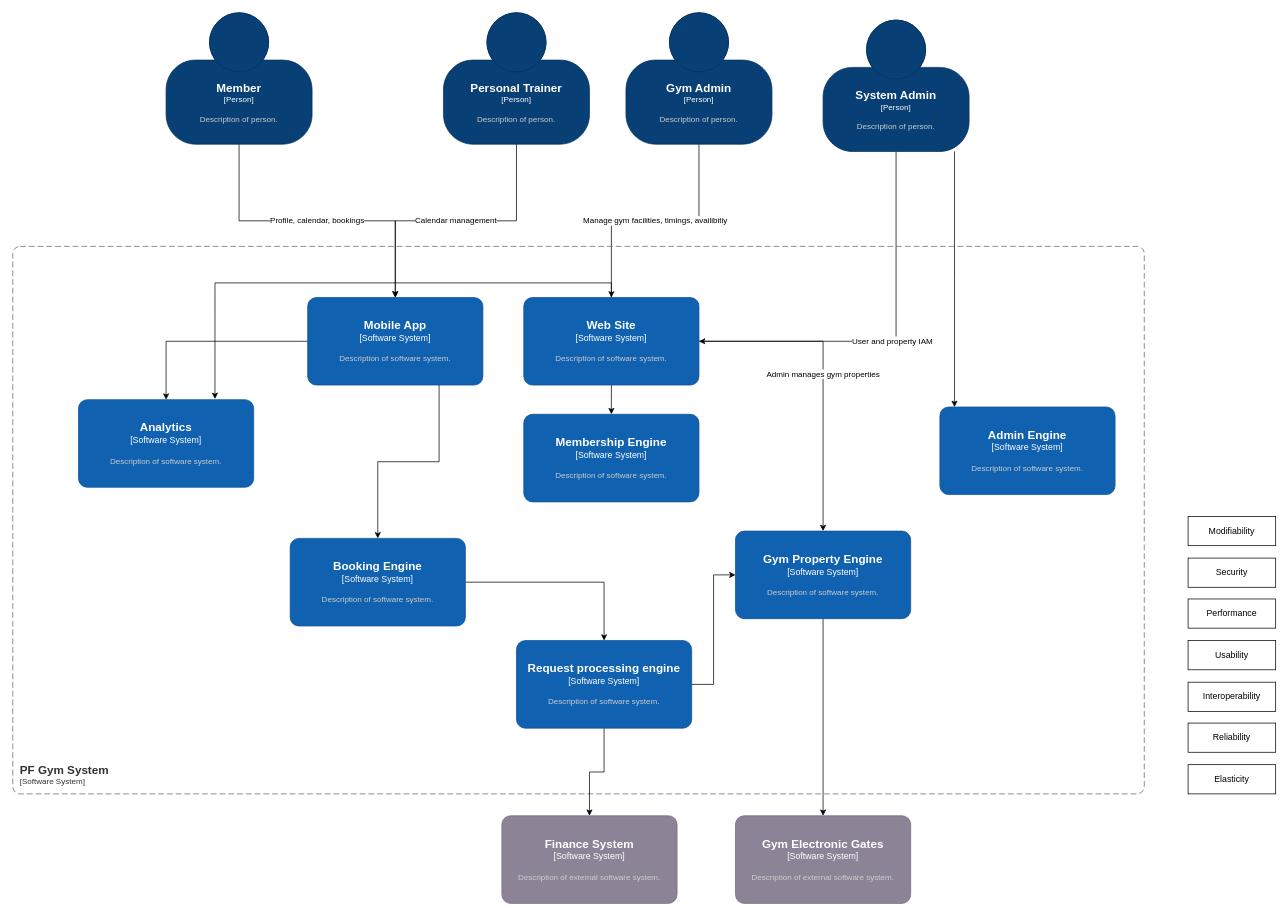
imransaeed/concept-diagrams keeps this draw.io diagram as page "Containers" (2 of 2) of gym-2.drawio. Above is the earlier version. Source tidied: cells renumbered, new cells numbered last; positions are measured from the earlier drawing's top-left corner, leaving out a move shared by most shapes. Both pictures are drawn from the tidied source at 73%, with x=0, y=0 at pixel (12, 12).
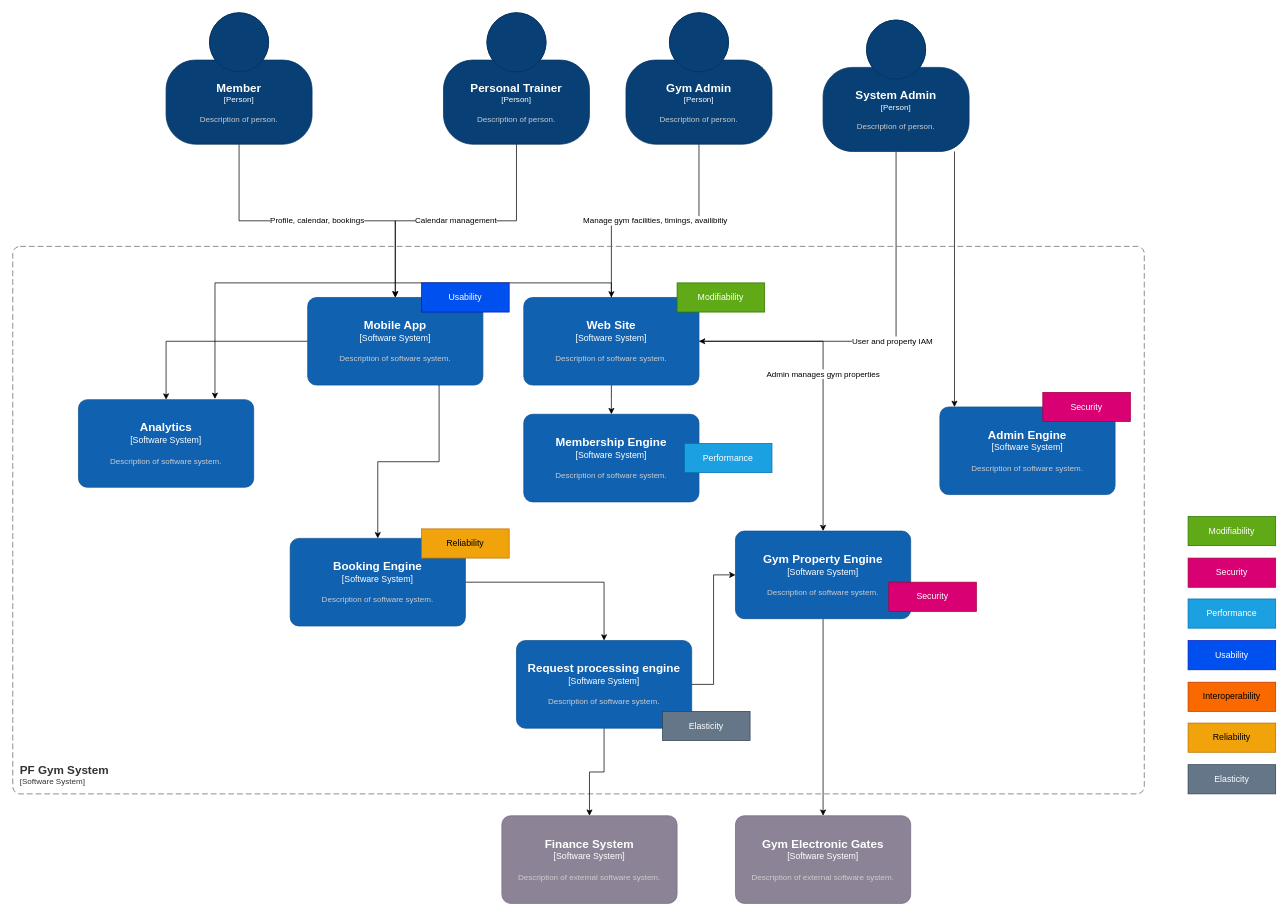
The same page after the edit.

Change to the diagram source:
```diff
@@
-    <mxCell id="31" value="Modifiability" style="rounded=0;whiteSpace=wrap;html=1;" parent="1" vertex="1">
+    <mxCell id="31" value="Modifiability" style="rounded=0;whiteSpace=wrap;html=1;fillColor=#60a917;fontColor=#ffffff;strokeColor=#2D7600;" parent="1" vertex="1">
       <mxGeometry x="1610" y="690" width="120" height="40" as="geometry" />
     </mxCell>
-    <mxCell id="32" value="Security" style="rounded=0;whiteSpace=wrap;html=1;" parent="1" vertex="1">
+    <mxCell id="32" value="Security" style="rounded=0;whiteSpace=wrap;html=1;fillColor=#d80073;fontColor=#ffffff;strokeColor=#A50040;" parent="1" vertex="1">
       <mxGeometry x="1610" y="747" width="120" height="40" as="geometry" />
     </mxCell>
-    <mxCell id="33" value="Performance" style="rounded=0;whiteSpace=wrap;html=1;" parent="1" vertex="1">
+    <mxCell id="33" value="Performance" style="rounded=0;whiteSpace=wrap;html=1;fillColor=#1ba1e2;fontColor=#ffffff;strokeColor=#006EAF;" parent="1" vertex="1">
       <mxGeometry x="1610" y="803" width="120" height="40" as="geometry" />
     </mxCell>
-    <mxCell id="34" value="Usability" style="rounded=0;whiteSpace=wrap;html=1;" parent="1" vertex="1">
+    <mxCell id="34" value="Usability" style="rounded=0;whiteSpace=wrap;html=1;fillColor=#0050ef;fontColor=#ffffff;strokeColor=#001DBC;" parent="1" vertex="1">
       <mxGeometry x="1610" y="860" width="120" height="40" as="geometry" />
     </mxCell>
-    <mxCell id="35" value="Interoperability" style="rounded=0;whiteSpace=wrap;html=1;" parent="1" vertex="1">
+    <mxCell id="35" value="Interoperability" style="rounded=0;whiteSpace=wrap;html=1;fillColor=#fa6800;fontColor=#000000;strokeColor=#C73500;" parent="1" vertex="1">
       <mxGeometry x="1610" y="917" width="120" height="40" as="geometry" />
     </mxCell>
-    <mxCell id="36" value="Reliability" style="rounded=0;whiteSpace=wrap;html=1;" parent="1" vertex="1">
+    <mxCell id="36" value="Reliability" style="rounded=0;whiteSpace=wrap;html=1;fillColor=#f0a30a;fontColor=#000000;strokeColor=#BD7000;" parent="1" vertex="1">
       <mxGeometry x="1610" y="973" width="120" height="40" as="geometry" />
     </mxCell>
-    <mxCell id="37" value="Elasticity" style="rounded=0;whiteSpace=wrap;html=1;" parent="1" vertex="1">
+    <mxCell id="37" value="Elasticity" style="rounded=0;whiteSpace=wrap;html=1;fillColor=#647687;fontColor=#ffffff;strokeColor=#314354;" parent="1" vertex="1">
       <mxGeometry x="1610" y="1030" width="120" height="40" as="geometry" />
     </mxCell>
+    <mxCell id="38" value="Modifiability" style="rounded=0;whiteSpace=wrap;html=1;fillColor=#60a917;fontColor=#ffffff;strokeColor=#2D7600;" parent="1" vertex="1">
+      <mxGeometry x="910" y="370" width="120" height="40" as="geometry" />
+    </mxCell>
+    <mxCell id="39" value="Usability" style="rounded=0;whiteSpace=wrap;html=1;fillColor=#0050ef;fontColor=#ffffff;strokeColor=#001DBC;" parent="1" vertex="1">
+      <mxGeometry x="560" y="370" width="120" height="40" as="geometry" />
+    </mxCell>
+    <mxCell id="40" value="Performance" style="rounded=0;whiteSpace=wrap;html=1;fillColor=#1ba1e2;fontColor=#ffffff;strokeColor=#006EAF;" parent="1" vertex="1">
+      <mxGeometry x="920" y="590" width="120" height="40" as="geometry" />
+    </mxCell>
+    <mxCell id="41" value="Reliability" style="rounded=0;whiteSpace=wrap;html=1;fillColor=#f0a30a;fontColor=#000000;strokeColor=#BD7000;" parent="1" vertex="1">
+      <mxGeometry x="560" y="707" width="120" height="40" as="geometry" />
+    </mxCell>
+    <mxCell id="42" value="Security" style="rounded=0;whiteSpace=wrap;html=1;fillColor=#d80073;fontColor=#ffffff;strokeColor=#A50040;" parent="1" vertex="1">
+      <mxGeometry x="1200" y="780" width="120" height="40" as="geometry" />
+    </mxCell>
+    <mxCell id="43" value="Security" style="rounded=0;whiteSpace=wrap;html=1;fillColor=#d80073;fontColor=#ffffff;strokeColor=#A50040;" parent="1" vertex="1">
+      <mxGeometry x="1411" y="520" width="120" height="40" as="geometry" />
+    </mxCell>
+    <mxCell id="44" value="Elasticity" style="rounded=0;whiteSpace=wrap;html=1;fillColor=#647687;fontColor=#ffffff;strokeColor=#314354;" parent="1" vertex="1">
+      <mxGeometry x="890" y="957" width="120" height="40" as="geometry" />
+    </mxCell>
```
